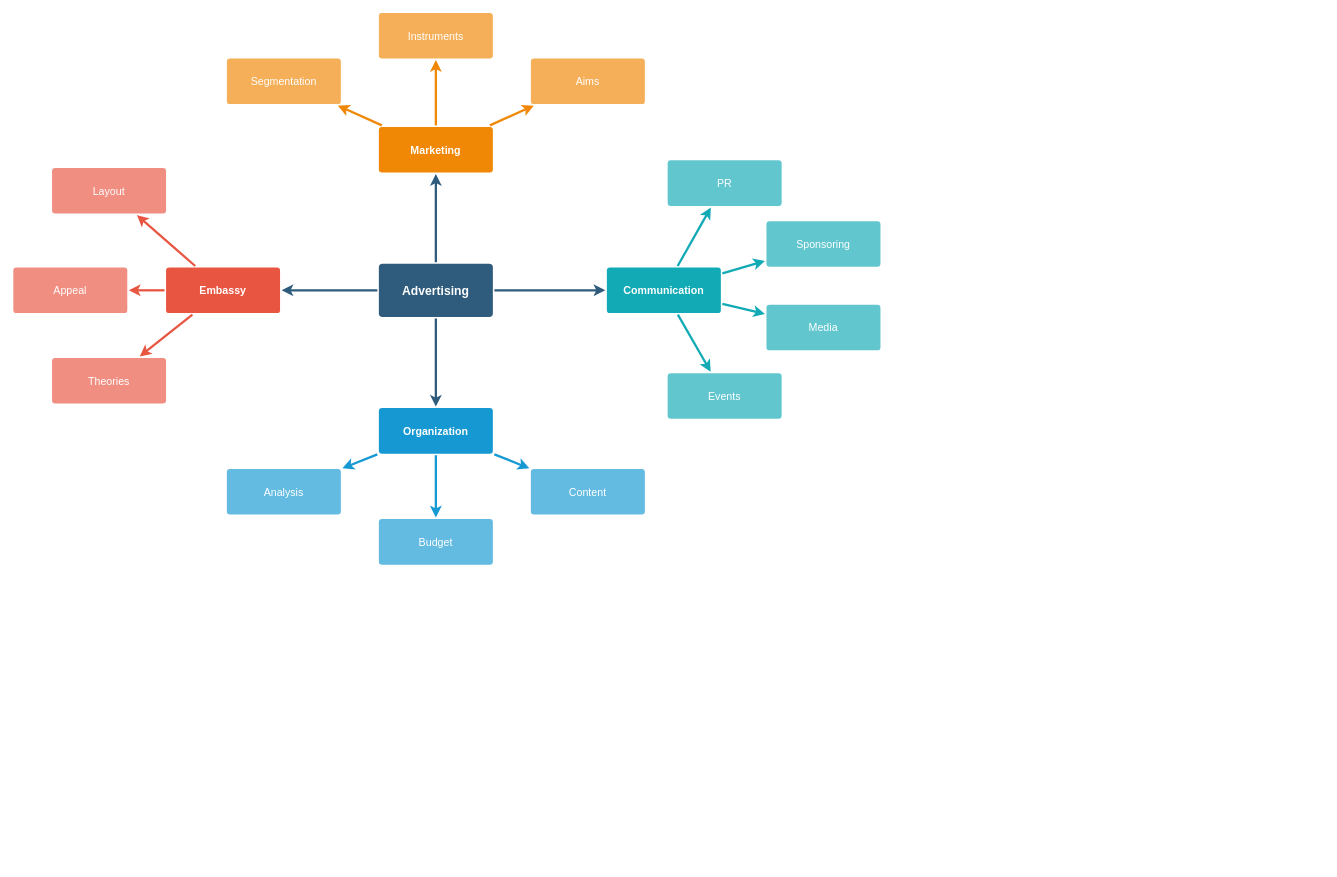
Earlier version of the draw.io diagram Untitled Diagram.drawio (paulindex/Dev-Exploration). Source tidied: cells renumbered, new cells numbered last; positions are measured from the earlier drawing's top-left corner, leaving out a move shared by most shapes. Both pictures are drawn from the tidied source at 76%, with x=0, y=0 at pixel (13, 12).
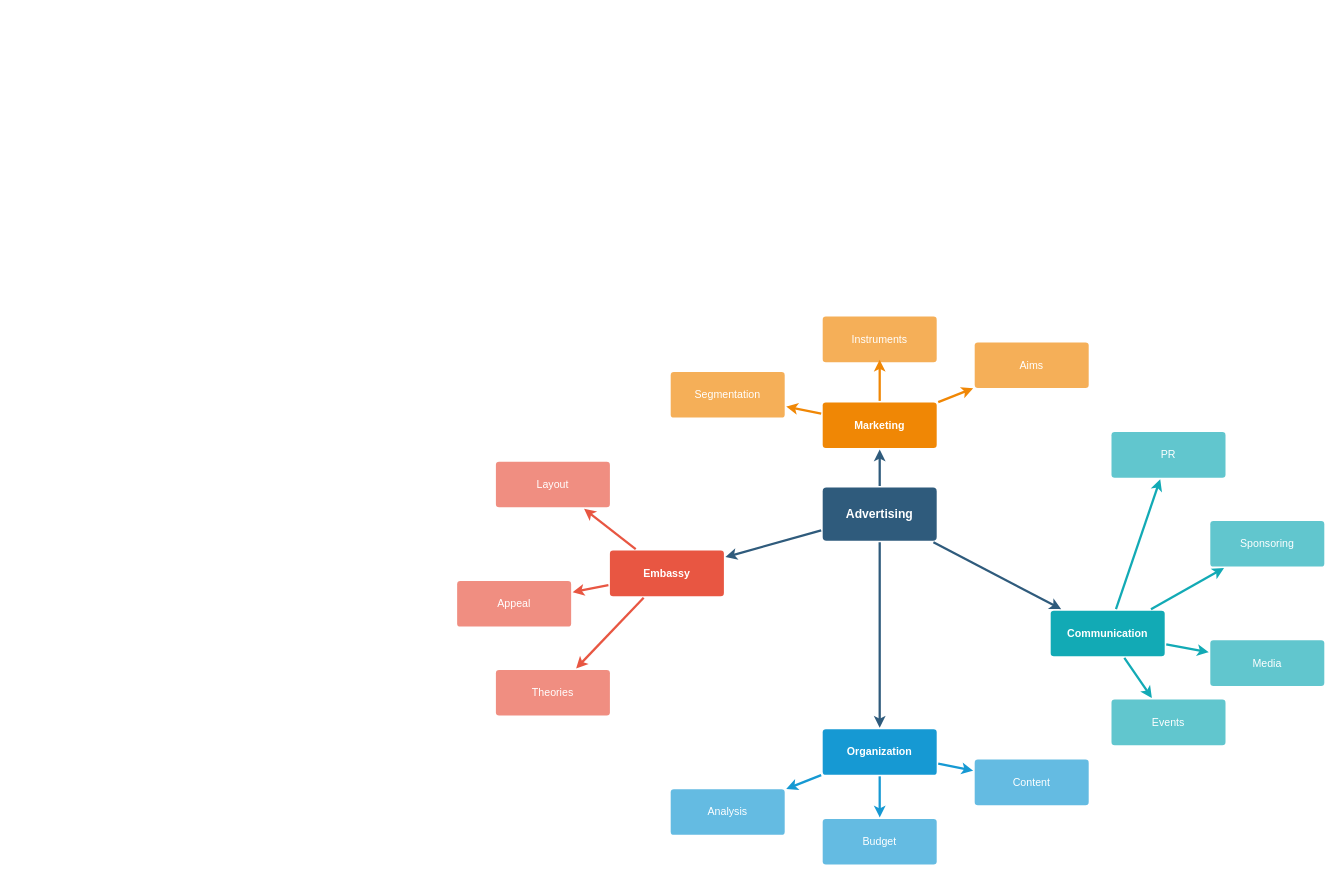
After the change.

Commit message:
Dev-Exploration

Diff of the diagram source:
```diff
@@
     <mxCell id="6" value="Advertising" style="rounded=1;whiteSpace=wrap;html=1;shadow=0;labelBackgroundColor=none;strokeColor=none;strokeWidth=3;fillColor=#2F5B7C;fontFamily=Helvetica;fontSize=16;fontColor=#FFFFFF;align=center;fontStyle=1;spacing=5;arcSize=7;perimeterSpacing=2;" parent="1" vertex="1">
-      <mxGeometry x="481" y="330.5" width="150" height="70" as="geometry" />
+      <mxGeometry x="1065" y="625" width="150" height="70" as="geometry" />
     </mxCell>
@@
     <mxCell id="10" value="Embassy" style="rounded=1;whiteSpace=wrap;html=1;shadow=0;labelBackgroundColor=none;strokeColor=none;strokeWidth=3;fillColor=#e85642;fontFamily=Helvetica;fontSize=14;fontColor=#FFFFFF;align=center;spacing=5;fontStyle=1;arcSize=7;perimeterSpacing=2;" parent="1" vertex="1">
-      <mxGeometry x="201" y="335.5" width="150" height="60" as="geometry" />
+      <mxGeometry x="785" y="708" width="150" height="60" as="geometry" />
     </mxCell>
     <mxCell id="11" value="Theories" style="rounded=1;whiteSpace=wrap;html=1;shadow=0;labelBackgroundColor=none;strokeColor=none;strokeWidth=3;fillColor=#f08e81;fontFamily=Helvetica;fontSize=14;fontColor=#FFFFFF;align=center;spacing=5;fontStyle=0;arcSize=7;perimeterSpacing=2;" parent="1" vertex="1">
-      <mxGeometry x="51" y="454.5" width="150" height="60" as="geometry" />
+      <mxGeometry x="635" y="865" width="150" height="60" as="geometry" />
     </mxCell>
     <mxCell id="12" value="Appeal" style="rounded=1;whiteSpace=wrap;html=1;shadow=0;labelBackgroundColor=none;strokeColor=none;strokeWidth=3;fillColor=#f08e81;fontFamily=Helvetica;fontSize=14;fontColor=#FFFFFF;align=center;spacing=5;fontStyle=0;arcSize=7;perimeterSpacing=2;" parent="1" vertex="1">
-      <mxGeometry y="335.5" width="150" height="60" as="geometry" />
+      <mxGeometry x="584" y="748" width="150" height="60" as="geometry" />
     </mxCell>
     <mxCell id="13" value="Layout" style="rounded=1;whiteSpace=wrap;html=1;shadow=0;labelBackgroundColor=none;strokeColor=none;strokeWidth=3;fillColor=#f08e81;fontFamily=Helvetica;fontSize=14;fontColor=#FFFFFF;align=center;spacing=5;fontStyle=0;arcSize=7;perimeterSpacing=2;" parent="1" vertex="1">
-      <mxGeometry x="51" y="204.5" width="150" height="60" as="geometry" />
+      <mxGeometry x="635" y="591" width="150" height="60" as="geometry" />
     </mxCell>
@@
     <mxCell id="17" value="Organization" style="rounded=1;whiteSpace=wrap;html=1;shadow=0;labelBackgroundColor=none;strokeColor=none;strokeWidth=3;fillColor=#1699d3;fontFamily=Helvetica;fontSize=14;fontColor=#FFFFFF;align=center;spacing=5;fontStyle=1;arcSize=7;perimeterSpacing=2;" parent="1" vertex="1">
-      <mxGeometry x="481" y="520.5" width="150" height="60" as="geometry" />
+      <mxGeometry x="1065" y="943" width="150" height="60" as="geometry" />
     </mxCell>
     <mxCell id="18" value="Content" style="rounded=1;whiteSpace=wrap;html=1;shadow=0;labelBackgroundColor=none;strokeColor=none;strokeWidth=3;fillColor=#64bbe2;fontFamily=Helvetica;fontSize=14;fontColor=#FFFFFF;align=center;spacing=5;arcSize=7;perimeterSpacing=2;" parent="1" vertex="1">
-      <mxGeometry x="681" y="600.5" width="150" height="60" as="geometry" />
+      <mxGeometry x="1265" y="983" width="150" height="60" as="geometry" />
     </mxCell>
     <mxCell id="19" value="Budget" style="rounded=1;whiteSpace=wrap;html=1;shadow=0;labelBackgroundColor=none;strokeColor=none;strokeWidth=3;fillColor=#64bbe2;fontFamily=Helvetica;fontSize=14;fontColor=#FFFFFF;align=center;spacing=5;arcSize=7;perimeterSpacing=2;" parent="1" vertex="1">
-      <mxGeometry x="481" y="666.5" width="150" height="60" as="geometry" />
+      <mxGeometry x="1065" y="1061" width="150" height="60" as="geometry" />
     </mxCell>
     <mxCell id="20" value="Analysis" style="rounded=1;whiteSpace=wrap;html=1;shadow=0;labelBackgroundColor=none;strokeColor=none;strokeWidth=3;fillColor=#64bbe2;fontFamily=Helvetica;fontSize=14;fontColor=#FFFFFF;align=center;spacing=5;arcSize=7;perimeterSpacing=2;" parent="1" vertex="1">
-      <mxGeometry x="281" y="600.5" width="150" height="60" as="geometry" />
+      <mxGeometry x="865" y="1022" width="150" height="60" as="geometry" />
     </mxCell>
     <mxCell id="21" value="Marketing" style="rounded=1;whiteSpace=wrap;html=1;shadow=0;labelBackgroundColor=none;strokeColor=none;strokeWidth=3;fillColor=#F08705;fontFamily=Helvetica;fontSize=14;fontColor=#FFFFFF;align=center;spacing=5;fontStyle=1;arcSize=7;perimeterSpacing=2;" parent="1" vertex="1">
-      <mxGeometry x="481" y="150.5" width="150" height="60" as="geometry" />
+      <mxGeometry x="1065" y="513" width="150" height="60" as="geometry" />
     </mxCell>
     <mxCell id="22" value="Aims&lt;br&gt;" style="rounded=1;whiteSpace=wrap;html=1;shadow=0;labelBackgroundColor=none;strokeColor=none;strokeWidth=3;fillColor=#f5af58;fontFamily=Helvetica;fontSize=14;fontColor=#FFFFFF;align=center;spacing=5;arcSize=7;perimeterSpacing=2;" parent="1" vertex="1">
-      <mxGeometry x="681" y="60.5" width="150" height="60" as="geometry" />
+      <mxGeometry x="1265" y="434" width="150" height="60" as="geometry" />
     </mxCell>
@@
     <mxCell id="24" value="Instruments" style="rounded=1;whiteSpace=wrap;html=1;shadow=0;labelBackgroundColor=none;strokeColor=none;strokeWidth=3;fillColor=#f5af58;fontFamily=Helvetica;fontSize=14;fontColor=#FFFFFF;align=center;spacing=5;arcSize=7;perimeterSpacing=2;" parent="1" vertex="1">
-      <mxGeometry x="481" y="0.5" width="150" height="60" as="geometry" />
+      <mxGeometry x="1065" y="400" width="150" height="60" as="geometry" />
     </mxCell>
-    <mxCell id="25" style="edgeStyle=none;rounded=0;jumpStyle=none;html=1;shadow=0;labelBackgroundColor=none;startArrow=none;startFill=0;endArrow=classic;endFill=1;jettySize=auto;strokeColor=#F08705;strokeWidth=3;fontFamily=Helvetica;fontSize=14;fontColor=#FFFFFF;spacing=5;" parent="1" edge="1" source="21" target="24">
-      <mxGeometry relative="1" as="geometry" />
+    <mxCell id="25" style="edgeStyle=none;rounded=0;jumpStyle=none;html=1;shadow=0;labelBackgroundColor=none;startArrow=none;startFill=0;endArrow=classic;endFill=1;jettySize=auto;strokeColor=#F08705;strokeWidth=3;fontFamily=Helvetica;fontSize=14;fontColor=#FFFFFF;spacing=5;" parent="1" edge="1" source="21">
+      <mxGeometry relative="1" as="geometry">
+        <mxPoint x="1140" y="457" as="targetPoint" />
+      </mxGeometry>
     </mxCell>
     <mxCell id="26" value="Segmentation" style="rounded=1;whiteSpace=wrap;html=1;shadow=0;labelBackgroundColor=none;strokeColor=none;strokeWidth=3;fillColor=#f5af58;fontFamily=Helvetica;fontSize=14;fontColor=#FFFFFF;align=center;spacing=5;arcSize=7;perimeterSpacing=2;" parent="1" vertex="1">
-      <mxGeometry x="281" y="60.5" width="150" height="60" as="geometry" />
+      <mxGeometry x="865" y="473" width="150" height="60" as="geometry" />
     </mxCell>
@@
     <mxCell id="28" value="Communication" style="rounded=1;whiteSpace=wrap;html=1;shadow=0;labelBackgroundColor=none;strokeColor=none;strokeWidth=3;fillColor=#12aab5;fontFamily=Helvetica;fontSize=14;fontColor=#FFFFFF;align=center;spacing=5;fontStyle=1;arcSize=7;perimeterSpacing=2;" parent="1" vertex="1">
-      <mxGeometry x="781" y="335.5" width="150" height="60" as="geometry" />
+      <mxGeometry x="1365" y="787" width="150" height="60" as="geometry" />
     </mxCell>
     <mxCell id="29" value="Events" style="rounded=1;whiteSpace=wrap;html=1;shadow=0;labelBackgroundColor=none;strokeColor=none;strokeWidth=3;fillColor=#61c6ce;fontFamily=Helvetica;fontSize=14;fontColor=#FFFFFF;align=center;spacing=5;fontStyle=0;arcSize=7;perimeterSpacing=2;" parent="1" vertex="1">
-      <mxGeometry x="861" y="474.5" width="150" height="60" as="geometry" />
+      <mxGeometry x="1445" y="904" width="150" height="60" as="geometry" />
     </mxCell>
@@
     <mxCell id="31" value="Media" style="rounded=1;whiteSpace=wrap;html=1;shadow=0;labelBackgroundColor=none;strokeColor=none;strokeWidth=3;fillColor=#61c6ce;fontFamily=Helvetica;fontSize=14;fontColor=#FFFFFF;align=center;spacing=5;fontStyle=0;arcSize=7;perimeterSpacing=2;" parent="1" vertex="1">
-      <mxGeometry x="991" y="384.5" width="150" height="60" as="geometry" />
+      <mxGeometry x="1575" y="826" width="150" height="60" as="geometry" />
     </mxCell>
@@
     <mxCell id="33" value="Sponsoring" style="rounded=1;whiteSpace=wrap;html=1;shadow=0;labelBackgroundColor=none;strokeColor=none;strokeWidth=3;fillColor=#61c6ce;fontFamily=Helvetica;fontSize=14;fontColor=#FFFFFF;align=center;spacing=5;fontStyle=0;arcSize=7;perimeterSpacing=2;" parent="1" vertex="1">
-      <mxGeometry x="991" y="274.5" width="150" height="60" as="geometry" />
+      <mxGeometry x="1575" y="669" width="150" height="60" as="geometry" />
     </mxCell>
@@
     <mxCell id="35" value="PR" style="rounded=1;whiteSpace=wrap;html=1;shadow=0;labelBackgroundColor=none;strokeColor=none;strokeWidth=3;fillColor=#61c6ce;fontFamily=Helvetica;fontSize=14;fontColor=#FFFFFF;align=center;spacing=5;fontStyle=0;arcSize=7;perimeterSpacing=2;" parent="1" vertex="1">
-      <mxGeometry x="861" y="194.5" width="150" height="60" as="geometry" />
+      <mxGeometry x="1445" y="552" width="150" height="60" as="geometry" />
     </mxCell>
```
